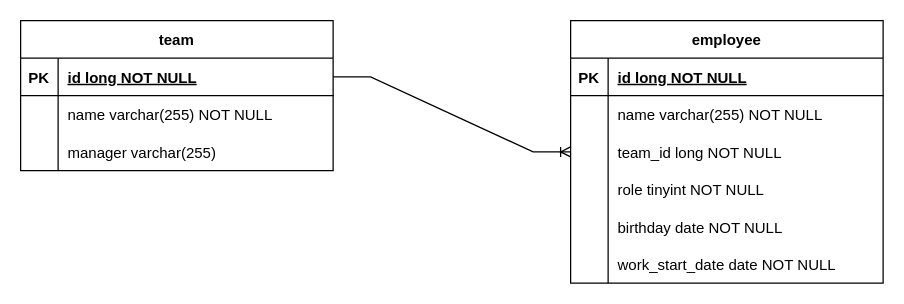
The draw.io diagram mini-project/document/ERD.drawio in HyeongSeop-Kim/warming-up-study-assignment, before the edit. Source tidied: cells renumbered, new cells numbered last; positions are measured from the earlier drawing's top-left corner, leaving out a move shared by most shapes. Both pictures are drawn from the tidied source at 125%, with x=0, y=0 at pixel (20, 20).
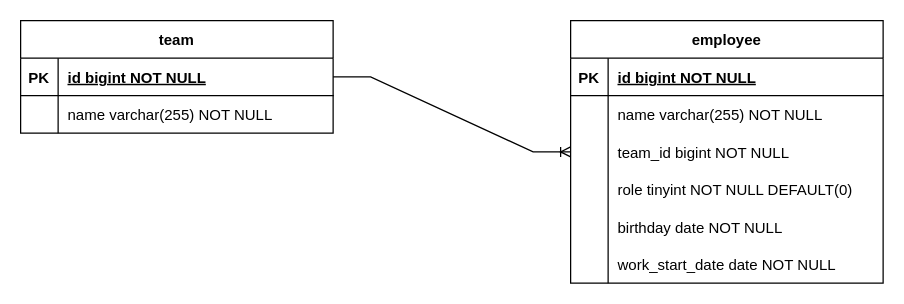
The same page after the edit.

Commit message:
DOCS: ERD 업데이트

Unchanged cells that the change refers to:
```xml
<mxCell id="3" style="shape=partialRectangle;fillColor=none;points=[[0,0.5],[1,0.5]];portConstraint=eastwest;top=0;left=0;right=0;bottom=1;" parent="2" vertex="1">
  <mxGeometry y="30" width="250" height="30" as="geometry" />
</mxCell>
<mxCell id="13" style="shape=partialRectangle;fillColor=none;top=0;left=0;right=0;bottom=1;" parent="12" vertex="1">
  <mxGeometry y="30" width="250" height="30" as="geometry" />
</mxCell>
<mxCell id="19" style="shape=partialRectangle;fillColor=none;points=[[0,0.5],[1,0.5]];portConstraint=eastwest;top=0;left=0;right=0;bottom=0;" parent="12" vertex="1">
  <mxGeometry y="90" width="250" height="30" as="geometry" />
</mxCell>
<mxCell id="22" style="shape=partialRectangle;fillColor=none;top=0;left=0;right=0;bottom=0;" parent="12" vertex="1">
  <mxGeometry y="120" width="250" height="30" as="geometry" />
</mxCell>
```

Change to the diagram source:
```diff
@@
     <mxCell id="2" value="team" style="shape=table;startSize=30;childLayout=tableLayout;rowLines=0;fontStyle=1;align=center;" parent="1" vertex="1">
-      <mxGeometry width="250" height="120" as="geometry" />
+      <mxGeometry width="250" height="90" as="geometry" />
     </mxCell>
@@
-    <mxCell id="5" value="id long NOT NULL " style="shape=partialRectangle;overflow=hidden;fillColor=none;top=0;left=0;bottom=0;right=0;align=left;spacingLeft=6;fontStyle=5;" parent="3" vertex="1">
+    <mxCell id="5" value="id bigint NOT NULL " style="shape=partialRectangle;overflow=hidden;fillColor=none;top=0;left=0;bottom=0;right=0;align=left;spacingLeft=6;fontStyle=5;" parent="3" vertex="1">
       <mxGeometry x="30" width="220" height="30" as="geometry" />
     </mxCell>
@@
-    <mxCell id="9" style="shape=partialRectangle;fillColor=none;top=0;left=0;right=0;bottom=0;" parent="2" vertex="1">
-      <mxGeometry y="90" width="250" height="30" as="geometry" />
-    </mxCell>
-    <mxCell id="10" style="shape=partialRectangle;overflow=hidden;fillColor=none;top=0;left=0;bottom=0;right=0;" parent="9" vertex="1">
-      <mxGeometry width="30" height="30" as="geometry" />
-    </mxCell>
-    <mxCell id="11" value="manager varchar(255) " style="shape=partialRectangle;overflow=hidden;fillColor=none;top=0;left=0;bottom=0;right=0;align=left;spacingLeft=6;" parent="9" vertex="1">
-      <mxGeometry x="30" width="220" height="30" as="geometry" />
-    </mxCell>
@@
-    <mxCell id="15" value="id long NOT NULL " style="shape=partialRectangle;overflow=hidden;fillColor=none;top=0;left=0;bottom=0;right=0;align=left;spacingLeft=6;fontStyle=5;" parent="13" vertex="1">
+    <mxCell id="15" value="id bigint NOT NULL " style="shape=partialRectangle;overflow=hidden;fillColor=none;top=0;left=0;bottom=0;right=0;align=left;spacingLeft=6;fontStyle=5;" parent="13" vertex="1">
       <mxGeometry x="30" width="220" height="30" as="geometry" />
     </mxCell>
@@
-    <mxCell id="21" value="team_id long NOT NULL" style="shape=partialRectangle;overflow=hidden;fillColor=none;top=0;left=0;bottom=0;right=0;align=left;spacingLeft=6;" parent="19" vertex="1">
+    <mxCell id="21" value="team_id bigint NOT NULL" style="shape=partialRectangle;overflow=hidden;fillColor=none;top=0;left=0;bottom=0;right=0;align=left;spacingLeft=6;" parent="19" vertex="1">
       <mxGeometry x="30" width="220" height="30" as="geometry" />
     </mxCell>
@@
-    <mxCell id="24" value="role tinyint NOT NULL" style="shape=partialRectangle;overflow=hidden;fillColor=none;top=0;left=0;bottom=0;right=0;align=left;spacingLeft=6;" parent="22" vertex="1">
+    <mxCell id="24" value="role tinyint NOT NULL DEFAULT(0)" style="shape=partialRectangle;overflow=hidden;fillColor=none;top=0;left=0;bottom=0;right=0;align=left;spacingLeft=6;" parent="22" vertex="1">
       <mxGeometry x="30" width="220" height="30" as="geometry" />
     </mxCell>
```
